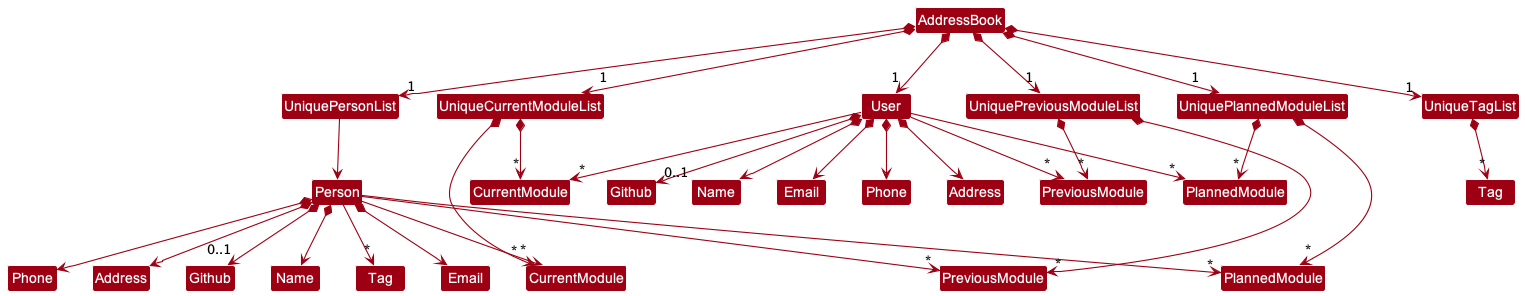
Earlier version of the PlantUML export docs/images/BetterModelClassDiagram.png (nus-cs2103-AY2223S1/tp).
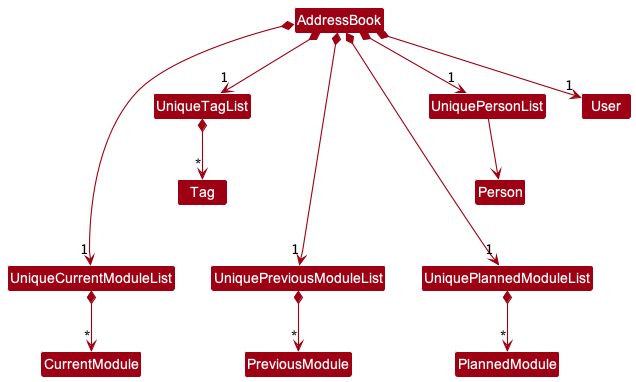
The same file after the commit.

Diff of the diagram source:
```diff
@@ -4,23 +4,10 @@
 skinparam arrowColor MODEL_COLOR
 skinparam classBackgroundColor MODEL_COLOR
 
-Class "Name" as PersonName
-Class "Name" as UserName
-Class "Tag" as PersonTag
-Class "Email" as PersonEmail
-Class "Email" as UserEmail
-Class "Phone" as PersonPhone
-Class "Phone" as UserPhone
-Class "Address" as PersonAddress
-Class "Address" as UserAddress
-Class "Github" as PersonGithub
-Class "Github" as UserGithub
+
 Class "CurrentModule" as PersonCurrentModule
-Class "CurrentModule" as UserCurrentModule
 Class "PreviousModule" as PersonPreviousModule
-Class "PreviousModule" as UserPreviousModule
 Class "PlannedModule" as PersonPlannedModule
-Class "PlannedModule" as UserPlannedModule
 
 
 AddressBook *--> "1" UniquePersonList
@@ -37,28 +24,9 @@
 UniqueCurrentModuleList *--> "*" PersonCurrentModule
 UniquePreviousModuleList *--> "*" PersonPreviousModule
 UniquePlannedModuleList *--> "*" PersonPlannedModule
-UniqueCurrentModuleList *--> "*" UserCurrentModule
-UniquePreviousModuleList *--> "*" UserPreviousModule
-UniquePlannedModuleList *--> "*" UserPlannedModule
 
-Person --> "*" PersonTag
-Person --> "*" PersonCurrentModule
-Person --> "*" PersonPlannedModule
-Person --> "*" PersonPreviousModule
+Tag -down[hidden]-> UniqueCurrentModuleList
+Tag -down[hidden]-> UniquePreviousModuleList
+Person -down[hidden]-> UniquePlannedModuleList
 
-Person *--> PersonName
-Person *--> PersonPhone
-Person *--> PersonEmail
-Person *--> PersonAddress
-Person *--> "0..1" PersonGithub
-
-User --> "*" UserCurrentModule
-User --> "*" UserPlannedModule
-User --> "*" UserPreviousModule
-
-User *--> UserName
-User *--> UserPhone
-User *--> UserEmail
-User *--> UserAddress
-User *--> "0..1" UserGithub
 @enduml
```
